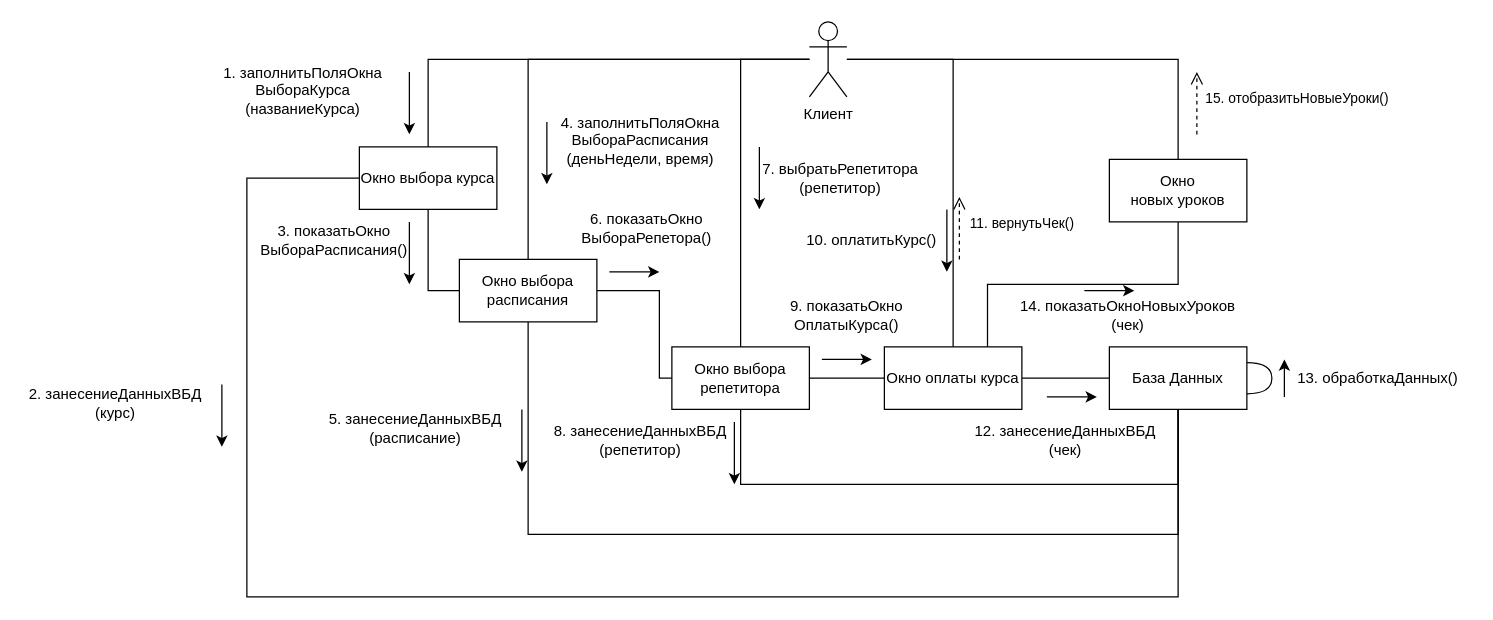
Before: OnlineSchool_Диаграмма_Кооперации.drawio in Deviky/FOREVASIAOD, a draw.io diagram. Source tidied: cells renumbered, new cells numbered last; positions are measured from the earlier drawing's top-left corner, leaving out a move shared by most shapes. Both pictures are drawn from the tidied source at 125%, with x=0, y=0 at pixel (21, 21).
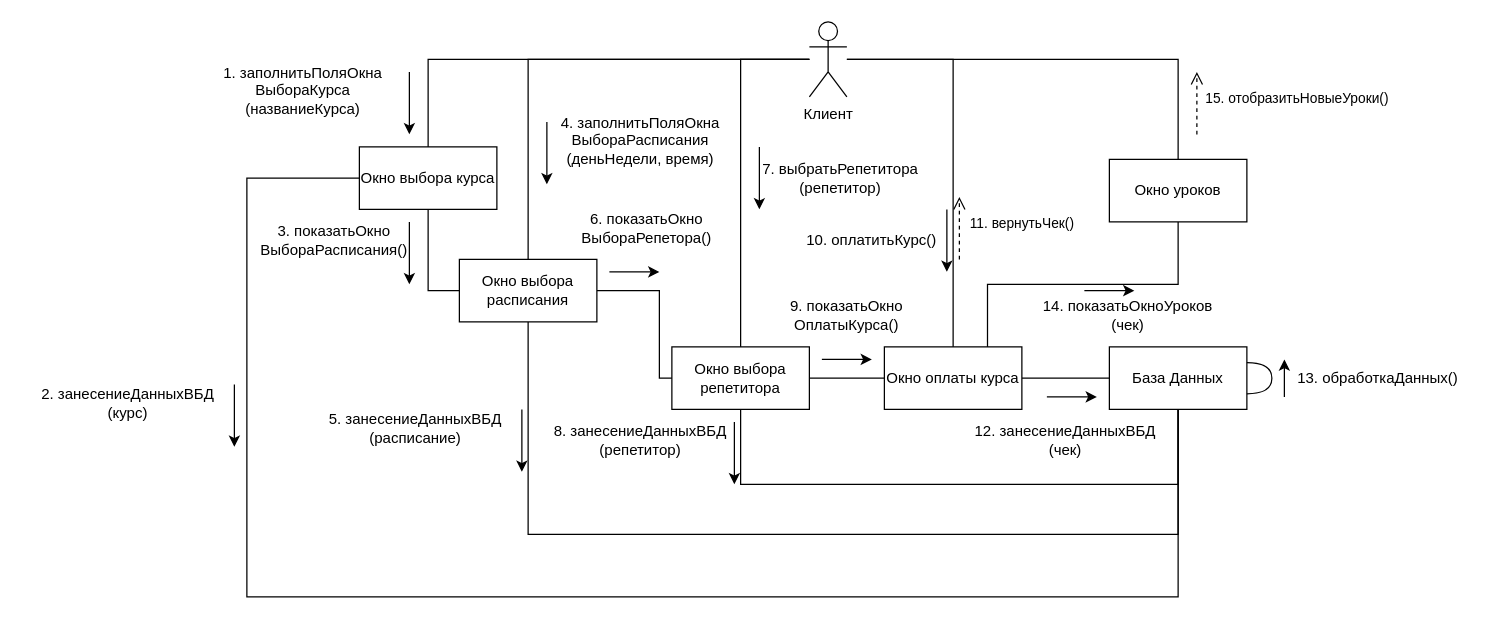
Above is the later version.

Change to the diagram source:
```diff
@@
-    <mxCell id="18" value="Окно&lt;div&gt;&lt;div&gt;новых уроков&lt;/div&gt;&lt;/div&gt;" style="html=1;whiteSpace=wrap;" parent="1" vertex="1">
+    <mxCell id="18" value="Окно&amp;nbsp;&lt;span style=&quot;background-color: initial;&quot;&gt;уроков&lt;/span&gt;" style="html=1;whiteSpace=wrap;" parent="1" vertex="1">
       <mxGeometry x="870" y="110" width="110" height="50" as="geometry" />
     </mxCell>
@@
     <mxCell id="24" value="2. занесениеДанныхВБД&lt;div&gt;(курс)&lt;/div&gt;" style="text;html=1;align=center;verticalAlign=middle;whiteSpace=wrap;rounded=0;" parent="1" vertex="1">
-      <mxGeometry y="290" width="150" height="30" as="geometry" />
+      <mxGeometry x="10" y="290" width="150" height="30" as="geometry" />
     </mxCell>
     <mxCell id="25" style="endArrow=classic;html=1;rounded=0;" parent="1" edge="1">
       <mxGeometry relative="1" as="geometry">
-        <mxPoint x="160" y="290" as="sourcePoint" />
-        <mxPoint x="160" y="340" as="targetPoint" />
+        <mxPoint x="170" y="290" as="sourcePoint" />
+        <mxPoint x="170" y="340" as="targetPoint" />
       </mxGeometry>
     </mxCell>
@@
-    <mxCell id="48" value="14. показатьОкноНовыхУроков&lt;div&gt;(чек&lt;span style=&quot;background-color: initial;&quot;&gt;)&lt;/span&gt;&lt;/div&gt;" style="text;html=1;align=center;verticalAlign=middle;whiteSpace=wrap;rounded=0;" parent="1" vertex="1">
+    <mxCell id="48" value="14. показатьОкноУроков&lt;div&gt;(чек&lt;span style=&quot;background-color: initial;&quot;&gt;)&lt;/span&gt;&lt;/div&gt;" style="text;html=1;align=center;verticalAlign=middle;whiteSpace=wrap;rounded=0;" parent="1" vertex="1">
       <mxGeometry x="770" y="220" width="230" height="30" as="geometry" />
     </mxCell>
```
